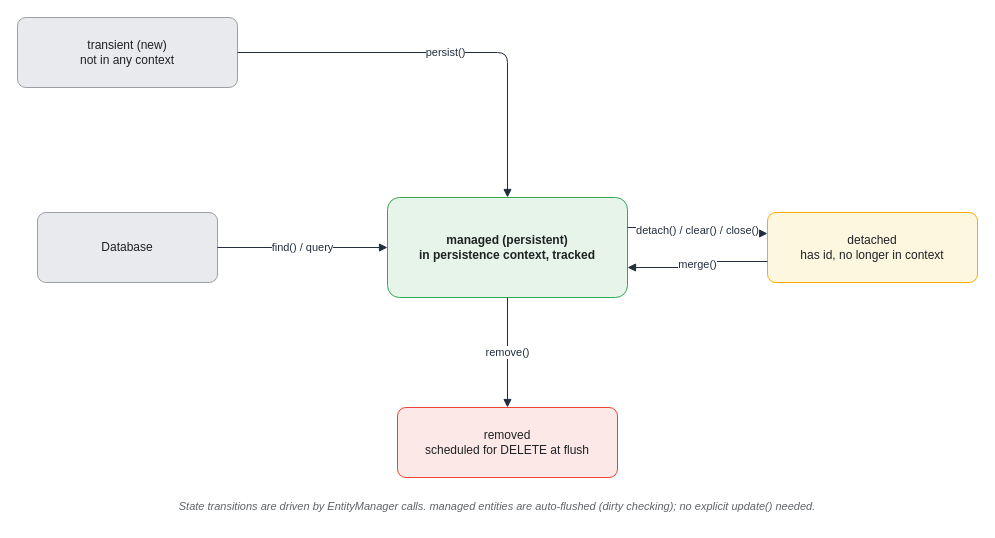
The draw.io diagram assets/img/spring/spring-16-entity-states.drawio in KKamJi98/kkamji98.github.io, before the edit. Source tidied: cells renumbered, new cells numbered last; positions are measured from the earlier drawing's top-left corner, leaving out a move shared by most shapes. Both pictures are drawn from the tidied source at 100%, with x=0, y=0 at pixel (17, 17).
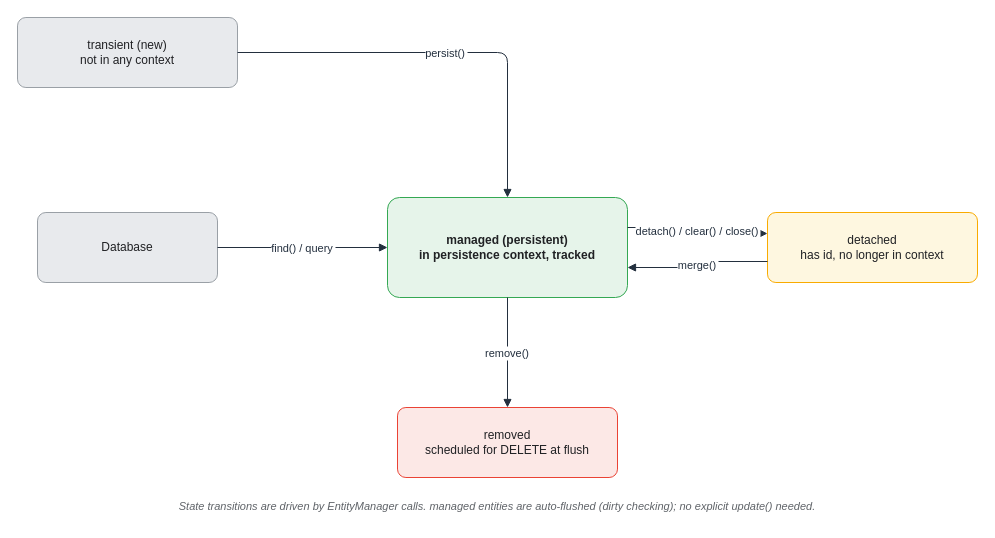
The same page after the edit.

The edit, as a diff of the source:
```diff
@@
 <mxGraphModel background="#FFFFFF">
   <root>
     <mxCell id="0" />
     <mxCell id="1" parent="0" />
     <mxCell id="2" value="transient (new)&#10;not in any context" style="rounded=1;whiteSpace=wrap;html=1;arcSize=12;shadow=0;fillColor=#E8EAED;strokeColor=#9AA0A6;fontColor=#202124;" parent="1" vertex="1">
       <mxGeometry width="220" height="70" as="geometry" />
     </mxCell>
     <mxCell id="3" value="Database" style="rounded=1;whiteSpace=wrap;html=1;arcSize=12;shadow=0;fillColor=#E8EAED;strokeColor=#9AA0A6;fontColor=#202124;" parent="1" vertex="1">
       <mxGeometry x="20" y="195" width="180" height="70" as="geometry" />
     </mxCell>
     <mxCell id="4" value="managed (persistent)&#10;in persistence context, tracked" style="rounded=1;whiteSpace=wrap;html=1;arcSize=12;shadow=0;fillColor=#E6F4EA;strokeColor=#34A853;fontColor=#202124;fontStyle=1;" parent="1" vertex="1">
       <mxGeometry x="370" y="180" width="240" height="100" as="geometry" />
     </mxCell>
     <mxCell id="5" value="detached&#10;has id, no longer in context" style="rounded=1;whiteSpace=wrap;html=1;arcSize=12;shadow=0;fillColor=#FEF7E0;strokeColor=#F9AB00;fontColor=#202124;" parent="1" vertex="1">
       <mxGeometry x="750" y="195" width="210" height="70" as="geometry" />
     </mxCell>
     <mxCell id="6" value="removed&#10;scheduled for DELETE at flush" style="rounded=1;whiteSpace=wrap;html=1;arcSize=12;shadow=0;fillColor=#FCE8E6;strokeColor=#EA4335;fontColor=#202124;" parent="1" vertex="1">
       <mxGeometry x="380" y="390" width="220" height="70" as="geometry" />
     </mxCell>
-    <mxCell id="7" value="persist()" style="edgeStyle=orthogonalEdgeStyle;rounded=1;html=1;endArrow=block;strokeColor=#232F3E;fontColor=#232F3E;labelBackgroundColor=#FFFFFF;" parent="1" edge="1" source="2" target="4">
+    <mxCell id="7" value="persist()" style="edgeStyle=orthogonalEdgeStyle;rounded=1;html=0;endArrow=block;strokeColor=#232F3E;fontColor=#232F3E;labelBackgroundColor=#FFFFFF;" parent="1" edge="1" source="2" target="4">
       <mxGeometry relative="1" as="geometry" />
     </mxCell>
-    <mxCell id="8" value="find() / query" style="edgeStyle=orthogonalEdgeStyle;rounded=1;html=1;endArrow=block;strokeColor=#232F3E;fontColor=#232F3E;labelBackgroundColor=#FFFFFF;" parent="1" edge="1" source="3" target="4">
+    <mxCell id="8" value="find() / query" style="edgeStyle=orthogonalEdgeStyle;rounded=1;html=0;endArrow=block;strokeColor=#232F3E;fontColor=#232F3E;labelBackgroundColor=#FFFFFF;" parent="1" edge="1" source="3" target="4">
       <mxGeometry relative="1" as="geometry" />
     </mxCell>
-    <mxCell id="9" value="detach() / clear() / close()" style="edgeStyle=orthogonalEdgeStyle;rounded=1;html=1;endArrow=block;strokeColor=#232F3E;fontColor=#232F3E;labelBackgroundColor=#FFFFFF;exitX=1;exitY=0.3;exitDx=0;exitDy=0;entryX=0;entryY=0.3;entryDx=0;entryDy=0;" parent="1" edge="1" source="4" target="5">
+    <mxCell id="9" value="detach() / clear() / close()" style="edgeStyle=orthogonalEdgeStyle;rounded=1;html=0;endArrow=block;strokeColor=#232F3E;fontColor=#232F3E;labelBackgroundColor=#FFFFFF;exitX=1;exitY=0.3;exitDx=0;exitDy=0;entryX=0;entryY=0.3;entryDx=0;entryDy=0;" parent="1" edge="1" source="4" target="5">
       <mxGeometry relative="1" as="geometry" />
     </mxCell>
-    <mxCell id="10" value="merge()" style="edgeStyle=orthogonalEdgeStyle;rounded=1;html=1;endArrow=block;strokeColor=#232F3E;fontColor=#232F3E;labelBackgroundColor=#FFFFFF;exitX=0;exitY=0.7;exitDx=0;exitDy=0;entryX=1;entryY=0.7;entryDx=0;entryDy=0;" parent="1" edge="1" source="5" target="4">
+    <mxCell id="10" value="merge()" style="edgeStyle=orthogonalEdgeStyle;rounded=1;html=0;endArrow=block;strokeColor=#232F3E;fontColor=#232F3E;labelBackgroundColor=#FFFFFF;exitX=0;exitY=0.7;exitDx=0;exitDy=0;entryX=1;entryY=0.7;entryDx=0;entryDy=0;" parent="1" edge="1" source="5" target="4">
       <mxGeometry relative="1" as="geometry" />
     </mxCell>
-    <mxCell id="11" value="remove()" style="edgeStyle=orthogonalEdgeStyle;rounded=1;html=1;endArrow=block;strokeColor=#232F3E;fontColor=#232F3E;labelBackgroundColor=#FFFFFF;" parent="1" edge="1" source="4" target="6">
+    <mxCell id="11" value="remove()" style="edgeStyle=orthogonalEdgeStyle;rounded=1;html=0;endArrow=block;strokeColor=#232F3E;fontColor=#232F3E;labelBackgroundColor=#FFFFFF;" parent="1" edge="1" source="4" target="6">
       <mxGeometry relative="1" as="geometry" />
     </mxCell>
     <mxCell id="12" value="State transitions are driven by EntityManager calls. managed entities are auto-flushed (dirty checking); no explicit update() needed." style="text;html=1;align=center;verticalAlign=middle;whiteSpace=wrap;fontSize=11;fontColor=#5F6368;fontStyle=2;" parent="1" vertex="1">
       <mxGeometry y="475" width="960" height="28" as="geometry" />
     </mxCell>
   </root>
 </mxGraphModel>
```
